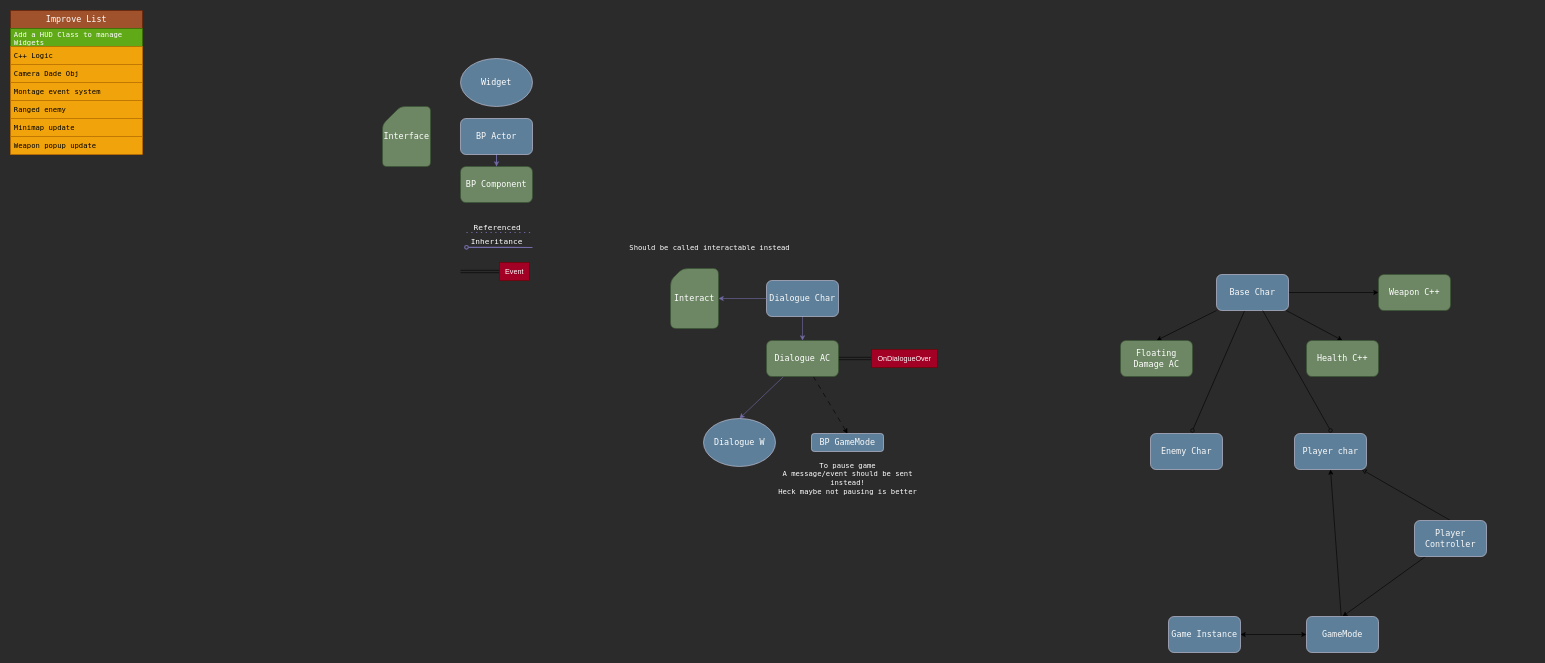
The draw.io diagram CodeScheme.drawio in Juddy2403/EchoOfThePast, before the edit. Source tidied: cells renumbered, new cells numbered last; positions are measured from the earlier drawing's top-left corner, leaving out a move shared by most shapes. Both pictures are drawn from the tidied source at 60%, with x=0, y=0 at pixel (10, 10).
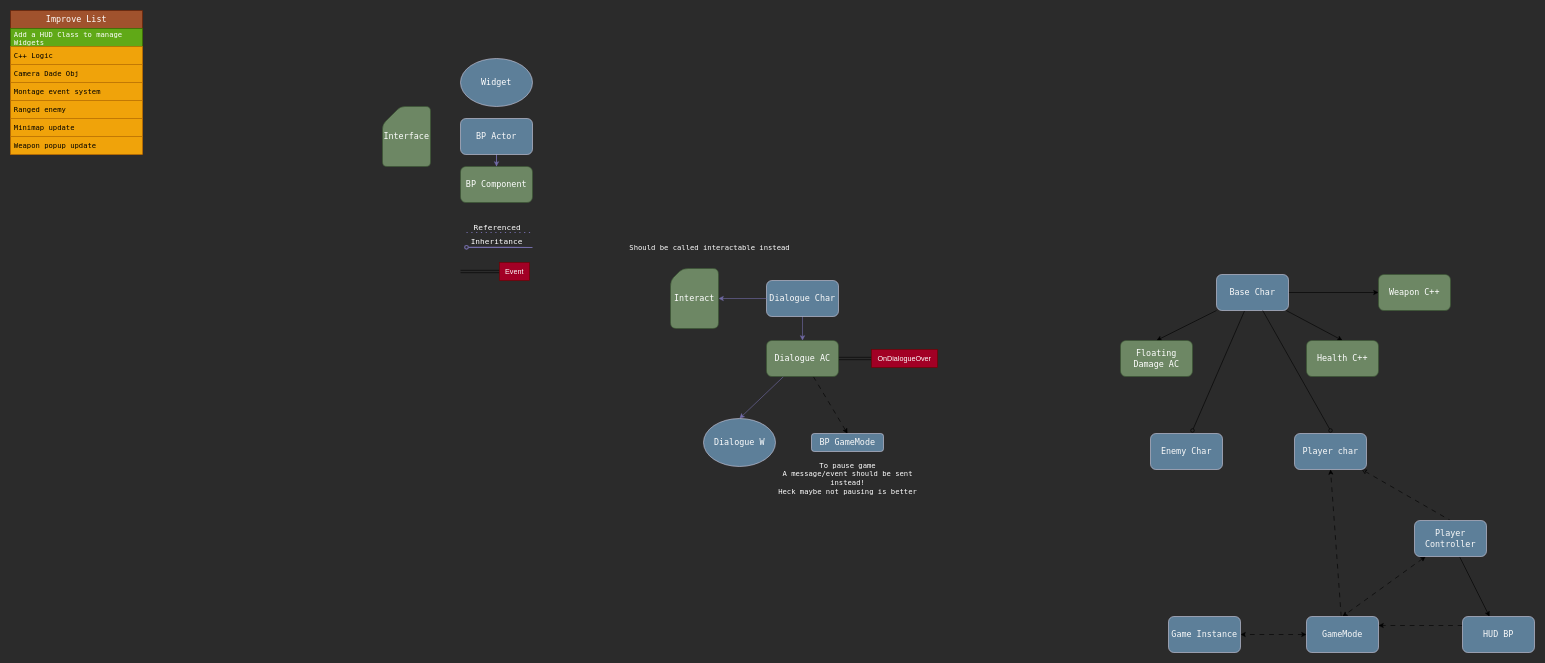
Above is the later version.

The change refers to these unchanged cells:
```xml
<mxCell id="36" value="&lt;font face=&quot;Lucida Console&quot; style=&quot;font-size: 14px; color: rgb(250, 250, 250);&quot;&gt;Player char&lt;/font&gt;" style="rounded=1;whiteSpace=wrap;html=1;strokeColor=#D0CEE2;fontColor=#1A1A1A;fillColor=#5D7F99;labelBackgroundColor=none;align=center;verticalAlign=middle;fontFamily=Helvetica;fontSize=12;" parent="1" vertex="1">
  <mxGeometry x="2140" y="705" width="120" height="60" as="geometry" />
</mxCell>
<mxCell id="46" value="&lt;font face=&quot;Lucida Console&quot; style=&quot;font-size: 14px; color: rgb(250, 250, 250);&quot;&gt;Game Instance&lt;/font&gt;" style="rounded=1;whiteSpace=wrap;html=1;strokeColor=#D0CEE2;fontColor=#1A1A1A;fillColor=#5D7F99;labelBackgroundColor=none;align=center;verticalAlign=middle;fontFamily=Helvetica;fontSize=12;" parent="1" vertex="1">
  <mxGeometry x="1930" y="1010" width="120" height="60" as="geometry" />
</mxCell>
<mxCell id="48" value="&lt;font face=&quot;Lucida Console&quot; style=&quot;font-size: 14px; color: rgb(250, 250, 250);&quot;&gt;Player Controller&lt;/font&gt;" style="rounded=1;whiteSpace=wrap;html=1;strokeColor=#D0CEE2;fontColor=#1A1A1A;fillColor=#5D7F99;labelBackgroundColor=none;align=center;verticalAlign=middle;fontFamily=Helvetica;fontSize=12;" parent="1" vertex="1">
  <mxGeometry x="2340" y="850" width="120" height="60" as="geometry" />
</mxCell>
<mxCell id="51" value="&lt;font face=&quot;Lucida Console&quot; style=&quot;font-size: 14px; color: rgb(250, 250, 250);&quot;&gt;GameMode&lt;/font&gt;" style="rounded=1;whiteSpace=wrap;html=1;strokeColor=#D0CEE2;fontColor=#1A1A1A;fillColor=#5D7F99;labelBackgroundColor=none;align=center;verticalAlign=middle;fontFamily=Helvetica;fontSize=12;" parent="1" vertex="1">
  <mxGeometry x="2160" y="1010" width="120" height="60" as="geometry" />
</mxCell>
```

The edit, as a diff of the source:
```diff
@@
-    <mxCell id="35" style="edgeStyle=none;rounded=0;jettySize=auto;html=1;entryX=0.5;entryY=0;entryDx=0;entryDy=0;startArrow=classic;startFill=0;endArrow=none;" parent="1" edge="1" source="36" target="48">
+    <mxCell id="35" style="edgeStyle=none;rounded=0;jettySize=auto;html=1;entryX=0.5;entryY=0;entryDx=0;entryDy=0;startArrow=classic;startFill=0;endArrow=none;dashed=1;dashPattern=8 8;" parent="1" edge="1" source="36" target="48">
       <mxGeometry relative="1" as="geometry" />
     </mxCell>
@@
-    <mxCell id="47" style="edgeStyle=none;rounded=0;jettySize=auto;html=1;entryX=0.5;entryY=0;entryDx=0;entryDy=0;" parent="1" edge="1" source="48" target="51">
+    <mxCell id="47" style="edgeStyle=none;rounded=0;jettySize=auto;html=1;entryX=0.5;entryY=0;entryDx=0;entryDy=0;startArrow=classic;startFill=1;dashed=1;dashPattern=8 8;" parent="1" edge="1" source="48" target="51">
       <mxGeometry relative="1" as="geometry" />
     </mxCell>
+    <mxCell id="52" style="rounded=0;jettySize=auto;html=1;" parent="1" edge="1" source="48" target="54">
+      <mxGeometry relative="1" as="geometry" />
+    </mxCell>
@@
-    <mxCell id="49" style="rounded=0;jettySize=auto;html=1;entryX=0.5;entryY=1;entryDx=0;entryDy=0;" parent="1" edge="1" source="51" target="36">
+    <mxCell id="49" style="rounded=0;jettySize=auto;html=1;entryX=0.5;entryY=1;entryDx=0;entryDy=0;dashed=1;dashPattern=8 8;" parent="1" edge="1" source="51" target="36">
       <mxGeometry relative="1" as="geometry" />
     </mxCell>
-    <mxCell id="50" style="rounded=0;jettySize=auto;html=1;entryX=1;entryY=0.5;entryDx=0;entryDy=0;startArrow=classic;startFill=1;" parent="1" edge="1" source="51" target="46">
+    <mxCell id="50" style="rounded=0;jettySize=auto;html=1;entryX=1;entryY=0.5;entryDx=0;entryDy=0;startArrow=classic;startFill=1;dashed=1;dashPattern=8 8;" parent="1" edge="1" source="51" target="46">
       <mxGeometry relative="1" as="geometry" />
     </mxCell>
@@
+    <mxCell id="53" style="rounded=0;jettySize=auto;html=1;exitX=0;exitY=0.25;exitDx=0;exitDy=0;entryX=1;entryY=0.25;entryDx=0;entryDy=0;dashed=1;dashPattern=8 8;" parent="1" edge="1" source="54" target="51">
+      <mxGeometry relative="1" as="geometry" />
+    </mxCell>
+    <mxCell id="54" value="&lt;font face=&quot;Lucida Console&quot; color=&quot;#fafafa&quot;&gt;&lt;span style=&quot;font-size: 14px;&quot;&gt;HUD BP&lt;/span&gt;&lt;/font&gt;" style="rounded=1;whiteSpace=wrap;html=1;strokeColor=#D0CEE2;fontColor=#1A1A1A;fillColor=#5D7F99;labelBackgroundColor=none;align=center;verticalAlign=middle;fontFamily=Helvetica;fontSize=12;" parent="1" vertex="1">
+      <mxGeometry x="2420" y="1010" width="120" height="60" as="geometry" />
+    </mxCell>
```
